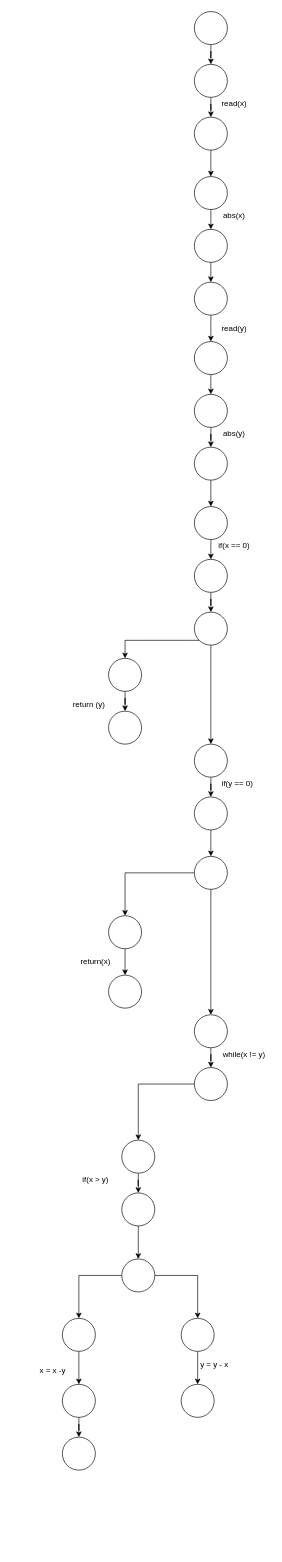
Before: DiagramFlujoDeControl/ej1.drawio in Luchit0-afk/Diagramas, a draw.io diagram. Source tidied: cells renumbered, new cells numbered last; positions are measured from the earlier drawing's top-left corner, leaving out a move shared by most shapes. Both pictures are drawn from the tidied source at 66%, with x=0, y=0 at pixel (36, 11).
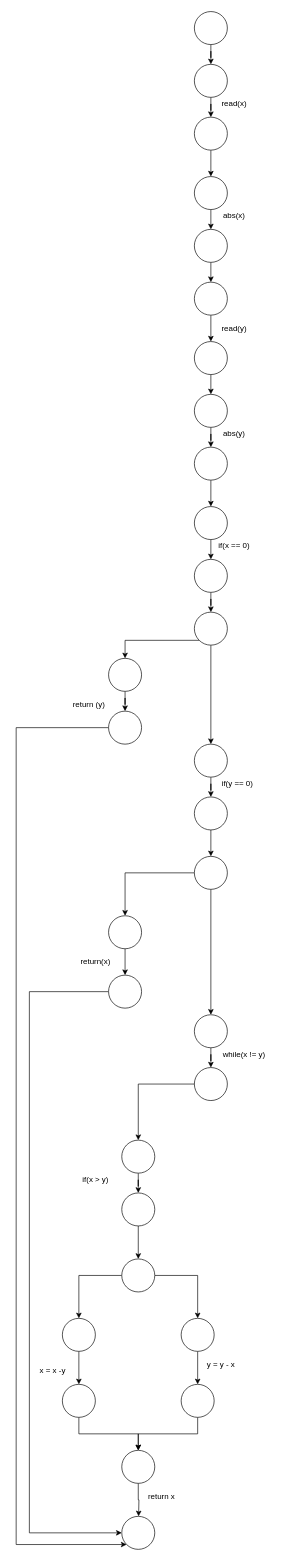
Above is the later version.

Unchanged cells that the change refers to:
```xml
<mxCell id="34" style="ellipse;whiteSpace=wrap;html=1;" parent="1" vertex="1">
  <mxGeometry x="110" y="1060" width="50" height="50" as="geometry" />
</mxCell>
<mxCell id="46" style="ellipse;whiteSpace=wrap;html=1;" parent="1" vertex="1">
  <mxGeometry x="110" y="1460" width="50" height="50" as="geometry" />
</mxCell>
<mxCell id="65" style="ellipse;whiteSpace=wrap;html=1;" parent="1" vertex="1">
  <mxGeometry x="220" y="2080" width="50" height="50" as="geometry" />
</mxCell>
```

The edit, as a diff of the source:
```diff
@@
+    <mxCell id="71" style="edgeStyle=orthogonalEdgeStyle;rounded=0;jettySize=auto;html=1;exitX=0;exitY=0.5;exitDx=0;exitDy=0;entryX=0;entryY=1;entryDx=0;entryDy=0;" parent="1" edge="1" source="34" target="75">
+      <mxGeometry relative="1" as="geometry">
+        <Array as="points">
+          <mxPoint x="-30" y="1085" />
+          <mxPoint x="-30" y="2323" />
+        </Array>
+      </mxGeometry>
+    </mxCell>
@@
+    <mxCell id="72" style="edgeStyle=orthogonalEdgeStyle;rounded=0;jettySize=auto;html=1;exitX=0;exitY=0.5;exitDx=0;exitDy=0;entryX=0;entryY=0.5;entryDx=0;entryDy=0;" parent="1" edge="1" source="46" target="75">
+      <mxGeometry relative="1" as="geometry">
+        <Array as="points">
+          <mxPoint x="-10" y="1485" />
+          <mxPoint x="-10" y="2305" />
+        </Array>
+      </mxGeometry>
+    </mxCell>
@@
+    <mxCell id="73" style="edgeStyle=orthogonalEdgeStyle;rounded=0;jettySize=auto;html=1;exitX=0.5;exitY=1;exitDx=0;exitDy=0;" parent="1" edge="1" source="65" target="68">
+      <mxGeometry relative="1" as="geometry" />
+    </mxCell>
@@
+    <mxCell id="74" style="edgeStyle=orthogonalEdgeStyle;rounded=0;jettySize=auto;html=1;exitX=0.5;exitY=1;exitDx=0;exitDy=0;" parent="1" edge="1" source="68">
+      <mxGeometry relative="1" as="geometry">
+        <mxPoint x="155.5" y="2280" as="targetPoint" />
+      </mxGeometry>
+    </mxCell>
     <mxCell id="68" style="ellipse;whiteSpace=wrap;html=1;" parent="1" vertex="1">
-      <mxGeometry x="40" y="2160" width="50" height="50" as="geometry" />
+      <mxGeometry x="130" y="2180" width="50" height="50" as="geometry" />
     </mxCell>
@@
     <mxCell id="70" value="y = y - x" style="text;html=1;align=center;verticalAlign=middle;strokeColor=none;" parent="1" vertex="1">
-      <mxGeometry x="240" y="2040" width="60" height="20" as="geometry" />
+      <mxGeometry x="250" y="2040" width="60" height="20" as="geometry" />
     </mxCell>
+    <mxCell id="75" style="ellipse;whiteSpace=wrap;html=1;" parent="1" vertex="1">
+      <mxGeometry x="130" y="2280" width="50" height="50" as="geometry" />
+    </mxCell>
+    <mxCell id="76" value="return x" style="text;html=1;align=center;verticalAlign=middle;strokeColor=none;" parent="1" vertex="1">
+      <mxGeometry x="160" y="2240" width="60" height="20" as="geometry" />
+    </mxCell>
```
